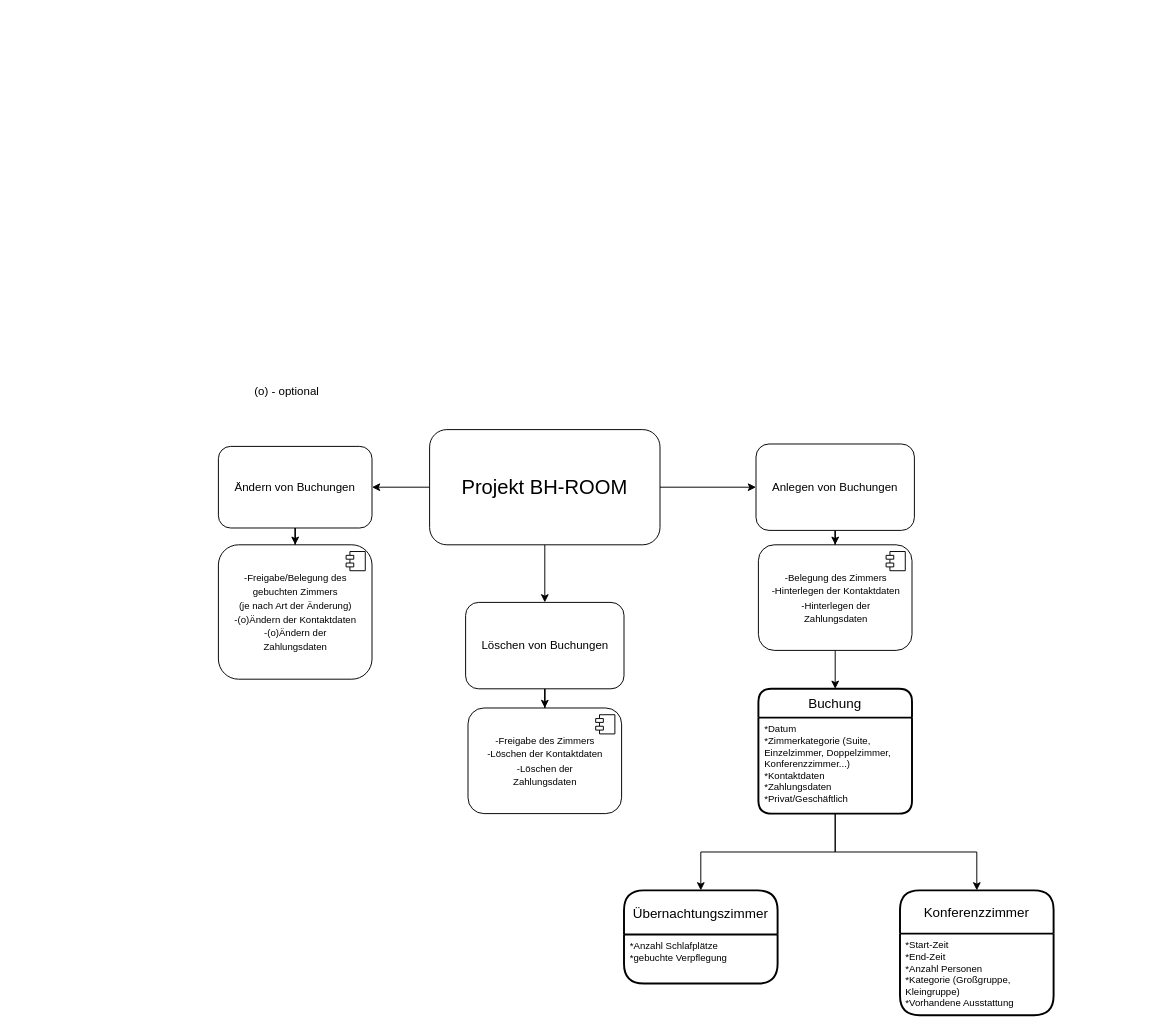
This is Projektübersicht.drawio from fh-erfurt/Businesshotel-Roommanager, a draw.io file, before an edit. Source tidied: cells renumbered, new cells numbered last; positions are measured from the earlier drawing's top-left corner, leaving out a move shared by most shapes. Both pictures are drawn from the tidied source at 96%, with x=0, y=0 at pixel (218, 381).
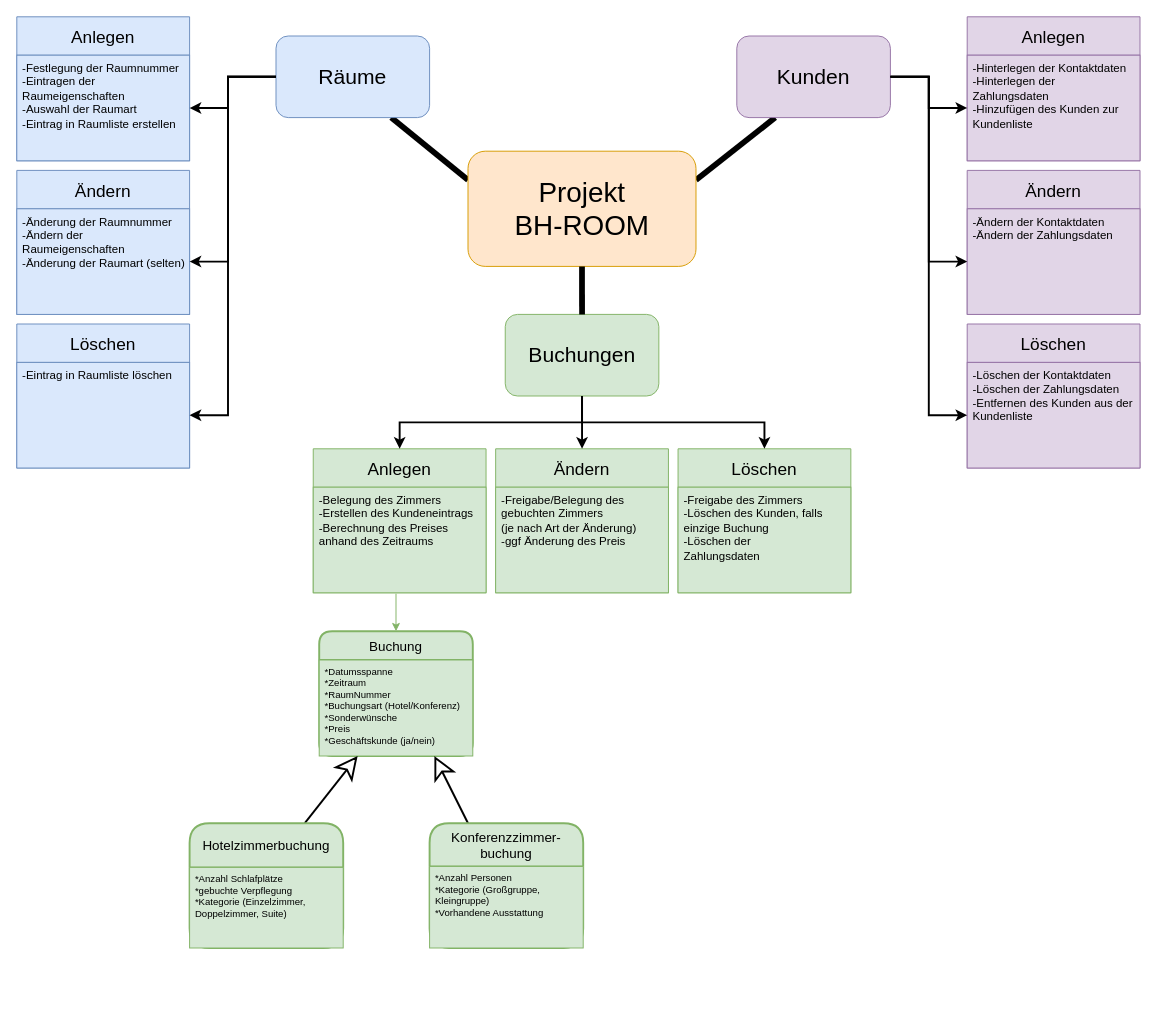
After the change.

Commit message (it also covers changes not shown here):
employee leicht überarbeitet, projektübersicht aktualisiert

The edit, as a diff of the source:
```diff
@@
-    <mxCell id="2" style="edgeStyle=orthogonalEdgeStyle;rounded=0;jettySize=auto;html=1;" parent="1" edge="1" source="5" target="7">
-      <mxGeometry relative="1" as="geometry" />
-    </mxCell>
-    <mxCell id="3" style="edgeStyle=orthogonalEdgeStyle;rounded=0;jettySize=auto;html=1;" parent="1" edge="1" source="5" target="9">
-      <mxGeometry relative="1" as="geometry" />
-    </mxCell>
-    <mxCell id="4" style="edgeStyle=orthogonalEdgeStyle;rounded=0;jettySize=auto;html=1;" parent="1" edge="1" source="5" target="11">
-      <mxGeometry relative="1" as="geometry" />
-    </mxCell>
-    <mxCell id="5" value="&lt;font style=&quot;font-size: 21px&quot;&gt;Projekt BH-ROOM&lt;/font&gt;" style="rounded=1;whiteSpace=wrap;html=1;" parent="1" vertex="1">
-      <mxGeometry x="220" y="50" width="240" height="120" as="geometry" />
-    </mxCell>
-    <mxCell id="6" style="edgeStyle=orthogonalEdgeStyle;rounded=0;jettySize=auto;html=1;" parent="1" edge="1" source="7" target="17">
-      <mxGeometry relative="1" as="geometry" />
-    </mxCell>
-    <mxCell id="7" value="Ändern von Buchungen" style="whiteSpace=wrap;html=1;rounded=1;" parent="1" vertex="1">
-      <mxGeometry y="67.5" width="160" height="85" as="geometry" />
-    </mxCell>
-    <mxCell id="8" style="edgeStyle=orthogonalEdgeStyle;rounded=0;jettySize=auto;html=1;entryX=0.5;entryY=0;entryDx=0;entryDy=0;" parent="1" edge="1" source="9" target="13">
-      <mxGeometry relative="1" as="geometry" />
-    </mxCell>
-    <mxCell id="9" value="Anlegen von Buchungen" style="whiteSpace=wrap;html=1;rounded=1;" parent="1" vertex="1">
-      <mxGeometry x="560" y="65" width="165" height="90" as="geometry" />
-    </mxCell>
-    <mxCell id="10" style="edgeStyle=orthogonalEdgeStyle;rounded=0;jettySize=auto;html=1;" parent="1" edge="1" source="11" target="15">
-      <mxGeometry relative="1" as="geometry" />
-    </mxCell>
-    <mxCell id="11" value="Löschen von Buchungen" style="whiteSpace=wrap;html=1;rounded=1;" parent="1" vertex="1">
-      <mxGeometry x="257.5" y="230" width="165" height="90" as="geometry" />
-    </mxCell>
-    <mxCell id="12" style="edgeStyle=orthogonalEdgeStyle;rounded=0;jettySize=auto;html=1;fontSize=10;entryX=0.5;entryY=0;entryDx=0;entryDy=0;" parent="1" edge="1" source="13" target="22">
-      <mxGeometry relative="1" as="geometry" />
-    </mxCell>
-    <mxCell id="13" value="&lt;font style=&quot;font-size: 10px&quot;&gt;-Belegung des Zimmers&lt;br&gt;-Hinterlegen der Kontaktdaten&lt;br&gt;-Hinterlegen der &lt;br&gt;Zahlungsdaten&lt;/font&gt;" style="html=1;rounded=1;" parent="1" vertex="1">
-      <mxGeometry x="562.5" y="170" width="160" height="110" as="geometry" />
-    </mxCell>
-    <mxCell id="14" style="shape=module;jettyWidth=8;jettyHeight=4;" parent="13" vertex="1">
-      <mxGeometry x="1" width="20" height="20" relative="1" as="geometry">
-        <mxPoint x="-27" y="7" as="offset" />
-      </mxGeometry>
-    </mxCell>
-    <mxCell id="15" value="&lt;font style=&quot;font-size: 10px&quot;&gt;-Freigabe des Zimmers&lt;br&gt;-Löschen der Kontaktdaten&lt;br&gt;-Löschen der &lt;br&gt;Zahlungsdaten&lt;/font&gt;" style="html=1;rounded=1;" parent="1" vertex="1">
-      <mxGeometry x="260" y="340" width="160" height="110" as="geometry" />
-    </mxCell>
-    <mxCell id="16" style="shape=module;jettyWidth=8;jettyHeight=4;" parent="15" vertex="1">
-      <mxGeometry x="1" width="20" height="20" relative="1" as="geometry">
-        <mxPoint x="-27" y="7" as="offset" />
-      </mxGeometry>
-    </mxCell>
-    <mxCell id="17" value="&lt;font style=&quot;font-size: 10px&quot;&gt;-Freigabe/Belegung des &lt;br&gt;gebuchten Zimmers&lt;br&gt;(je nach Art der Änderung)&lt;br&gt;-(o)Ändern der Kontaktdaten&lt;br&gt;-(o)Ändern der &lt;br&gt;Zahlungsdaten&lt;/font&gt;" style="html=1;rounded=1;" parent="1" vertex="1">
-      <mxGeometry y="170" width="160" height="140" as="geometry" />
-    </mxCell>
-    <mxCell id="18" style="shape=module;jettyWidth=8;jettyHeight=4;" parent="17" vertex="1">
-      <mxGeometry x="1" width="20" height="20" relative="1" as="geometry">
-        <mxPoint x="-27" y="7" as="offset" />
-      </mxGeometry>
-    </mxCell>
-    <mxCell id="19" value="(o) - optional" style="text;html=1;strokeColor=none;fillColor=none;align=center;verticalAlign=middle;whiteSpace=wrap;rounded=0;" parent="1" vertex="1">
-      <mxGeometry x="20" width="102.5" height="20" as="geometry" />
-    </mxCell>
-    <mxCell id="20" style="edgeStyle=orthogonalEdgeStyle;rounded=0;jettySize=auto;html=1;fontSize=10;" parent="1" edge="1" source="22" target="24">
-      <mxGeometry relative="1" as="geometry" />
-    </mxCell>
-    <mxCell id="21" style="edgeStyle=orthogonalEdgeStyle;rounded=0;jettySize=auto;html=1;fontSize=10;" parent="1" edge="1" source="22" target="26">
-      <mxGeometry relative="1" as="geometry" />
-    </mxCell>
+    <mxCell id="28" style="endArrow=none;html=1;strokeWidth=6;fontSize=18;exitX=0.75;exitY=1;exitDx=0;exitDy=0;entryX=0;entryY=0.25;entryDx=0;entryDy=0;" parent="1" edge="1" source="34" target="5">
+      <mxGeometry relative="1" as="geometry" />
+    </mxCell>
+    <mxCell id="29" style="endArrow=none;html=1;strokeWidth=6;fontSize=18;exitX=0.25;exitY=1;exitDx=0;exitDy=0;entryX=1;entryY=0.25;entryDx=0;entryDy=0;" parent="1" edge="1" source="32" target="5">
+      <mxGeometry relative="1" as="geometry" />
+    </mxCell>
-    <mxCell id="22" value="Buchung" style="swimlane;horizontal=1;startSize=30;rounded=1;fontSize=14;fontStyle=0;strokeWidth=2;shadow=0;dashed=0;align=center;" parent="1" vertex="1">
-      <mxGeometry x="562.5" y="320" width="160" height="130" as="geometry" />
+    <mxCell id="22" value="Buchung" style="swimlane;horizontal=1;startSize=30;rounded=1;fontSize=14;fontStyle=0;strokeWidth=2;shadow=0;dashed=0;align=center;fillColor=#d5e8d4;strokeColor=#82b366;" parent="1" vertex="1">
+      <mxGeometry x="105" y="260" width="160" height="130" as="geometry" />
     </mxCell>
-    <mxCell id="23" value="*Datum&#10;*Zimmerkategorie (Suite, Einzelzimmer, Doppelzimmer, Konferenzzimmer...)&#10;*Kontaktdaten&#10;*Zahlungsdaten&#10;*Privat/Geschäftlich&#10;" style="align=left;strokeColor=none;fillColor=none;spacingLeft=4;fontSize=10;verticalAlign=top;whiteSpace=wrap;" parent="22" vertex="1">
+    <mxCell id="23" value="*Datumsspanne&#10;*Zeitraum&#10;*RaumNummer&#10;*Buchungsart (Hotel/Konferenz)&#10;*Sonderwünsche&#10;*Preis&#10;*Geschäftskunde (ja/nein)&#10;" style="align=left;strokeColor=#82b366;fillColor=#d5e8d4;spacingLeft=4;fontSize=10;verticalAlign=top;whiteSpace=wrap;" parent="22" vertex="1">
       <mxGeometry y="30" width="160" height="100" as="geometry" />
     </mxCell>
+    <mxCell id="30" style="rounded=0;jettySize=auto;html=1;exitX=0.75;exitY=0;exitDx=0;exitDy=0;entryX=0.25;entryY=1;entryDx=0;entryDy=0;fontSize=18;endArrow=classic;endFill=0;strokeWidth=2;startSize=4;endSize=19;fillColor=#d5e8d4;" parent="1" edge="1" source="24" target="23">
+      <mxGeometry relative="1" as="geometry" />
+    </mxCell>
-    <mxCell id="24" value="Übernachtungszimmer" style="swimlane;horizontal=1;startSize=46;rounded=1;fontSize=14;fontStyle=0;strokeWidth=2;shadow=0;dashed=0;align=center;" parent="1" vertex="1">
-      <mxGeometry x="422.5" y="530" width="160" height="97" as="geometry" />
+    <mxCell id="24" value="Hotelzimmerbuchung" style="swimlane;horizontal=1;startSize=46;rounded=1;fontSize=14;fontStyle=0;strokeWidth=2;shadow=0;dashed=0;align=center;whiteSpace=wrap;fillColor=#d5e8d4;strokeColor=#82b366;" parent="1" vertex="1">
+      <mxGeometry x="-30" y="460" width="160" height="130" as="geometry" />
     </mxCell>
-    <mxCell id="25" value="*Anzahl Schlafplätze&#10;*gebuchte Verpflegung&#10;" style="align=left;strokeColor=none;fillColor=none;spacingLeft=4;fontSize=10;verticalAlign=top;whiteSpace=wrap;" parent="24" vertex="1">
-      <mxGeometry y="46" width="160" height="51" as="geometry" />
+    <mxCell id="25" value="*Anzahl Schlafplätze&#10;*gebuchte Verpflegung&#10;*Kategorie (Einzelzimmer, Doppelzimmer, Suite)&#10;" style="align=left;strokeColor=#82b366;fillColor=#d5e8d4;spacingLeft=4;fontSize=10;verticalAlign=top;whiteSpace=wrap;" parent="24" vertex="1">
+      <mxGeometry y="46" width="160" height="84" as="geometry" />
     </mxCell>
+    <mxCell id="31" style="rounded=0;jettySize=auto;html=1;exitX=0.25;exitY=0;exitDx=0;exitDy=0;fontSize=18;entryX=0.75;entryY=1;entryDx=0;entryDy=0;endArrow=classic;endFill=0;strokeWidth=2;startSize=4;endSize=19;fillColor=#d5e8d4;" parent="1" edge="1" source="26" target="23">
+      <mxGeometry relative="1" as="geometry" />
+    </mxCell>
-    <mxCell id="26" value="Konferenzzimmer" style="swimlane;horizontal=1;startSize=45;rounded=1;fontSize=14;fontStyle=0;strokeWidth=2;shadow=0;dashed=0;align=center;" parent="1" vertex="1">
-      <mxGeometry x="710" y="530" width="160" height="130" as="geometry" />
+    <mxCell id="26" value="Konferenzzimmer-buchung" style="swimlane;horizontal=1;startSize=45;rounded=1;fontSize=14;fontStyle=0;strokeWidth=2;shadow=0;dashed=0;align=center;whiteSpace=wrap;fillColor=#d5e8d4;strokeColor=#82b366;" parent="1" vertex="1">
+      <mxGeometry x="220" y="460" width="160" height="130" as="geometry" />
     </mxCell>
-    <mxCell id="27" value="*Start-Zeit&#10;*End-Zeit&#10;*Anzahl Personen&#10;*Kategorie (Großgruppe, Kleingruppe)&#10;*Vorhandene Ausstattung" style="align=left;strokeColor=none;fillColor=none;spacingLeft=4;fontSize=10;verticalAlign=top;whiteSpace=wrap;" parent="26" vertex="1">
+    <mxCell id="27" value="*Anzahl Personen&#10;*Kategorie (Großgruppe, Kleingruppe)&#10;*Vorhandene Ausstattung" style="align=left;strokeColor=#82b366;fillColor=#d5e8d4;spacingLeft=4;fontSize=10;verticalAlign=top;whiteSpace=wrap;" parent="26" vertex="1">
       <mxGeometry y="45" width="160" height="85" as="geometry" />
     </mxCell>
+    <mxCell id="32" value="Kunden" style="whiteSpace=wrap;html=1;rounded=1;fontSize=22;fillColor=#e1d5e7;strokeColor=#9673a6;" parent="1" vertex="1">
+      <mxGeometry x="540" y="-360" width="160" height="85" as="geometry" />
+    </mxCell>
+    <mxCell id="33" value="&lt;font style=&quot;font-size: 22px&quot;&gt;Buchungen&lt;/font&gt;" style="whiteSpace=wrap;html=1;rounded=1;fillColor=#d5e8d4;strokeColor=#82b366;" parent="1" vertex="1">
+      <mxGeometry x="298.8" y="-70" width="160" height="85" as="geometry" />
+    </mxCell>
+    <mxCell id="34" value="Räume" style="whiteSpace=wrap;html=1;rounded=1;fontSize=22;fillColor=#dae8fc;strokeColor=#6c8ebf;" parent="1" vertex="1">
+      <mxGeometry x="60" y="-360" width="160" height="85" as="geometry" />
+    </mxCell>
+    <mxCell id="5" value="&lt;font style=&quot;font-size: 29px&quot;&gt;Projekt&lt;br&gt;BH-ROOM&lt;/font&gt;" style="rounded=1;whiteSpace=wrap;html=1;fillColor=#ffe6cc;strokeColor=#d79b00;" parent="1" vertex="1">
+      <mxGeometry x="260" y="-240" width="237.5" height="120" as="geometry" />
+    </mxCell>
+    <mxCell id="35" value="Anlegen" style="swimlane;fontStyle=0;horizontal=1;startSize=40;align=center;fontSize=18;rounded=0;fillColor=#d5e8d4;strokeColor=#82b366;" parent="1" vertex="1">
+      <mxGeometry x="98.8" y="70" width="180" height="150" as="geometry" />
+    </mxCell>
+    <mxCell id="36" value="-Belegung des Zimmers&#10;-Erstellen des Kundeneintrags&#10;-Berechnung des Preises anhand des Zeitraums" style="text;strokeColor=#82b366;fillColor=#d5e8d4;spacingLeft=4;spacingRight=4;overflow=hidden;fontSize=12;whiteSpace=wrap;rounded=0;" parent="35" vertex="1">
+      <mxGeometry y="40" width="180" height="110" as="geometry" />
+    </mxCell>
+    <mxCell id="37" value="Ändern" style="swimlane;fontStyle=0;horizontal=1;startSize=40;align=center;fontSize=18;rounded=0;fillColor=#d5e8d4;strokeColor=#82b366;" parent="1" vertex="1">
+      <mxGeometry x="288.8" y="70" width="180" height="150" as="geometry" />
+    </mxCell>
+    <mxCell id="38" value="-Freigabe/Belegung des &#10;gebuchten Zimmers&#10;(je nach Art der Änderung)&#10;-ggf Änderung des Preis" style="text;strokeColor=#82b366;fillColor=#d5e8d4;spacingLeft=4;spacingRight=4;overflow=hidden;fontSize=12;whiteSpace=wrap;rounded=0;" parent="37" vertex="1">
+      <mxGeometry y="40" width="180" height="110" as="geometry" />
+    </mxCell>
+    <mxCell id="39" value="Löschen" style="swimlane;fontStyle=0;horizontal=1;startSize=40;align=center;fontSize=18;rounded=0;fillColor=#d5e8d4;strokeColor=#82b366;" parent="1" vertex="1">
+      <mxGeometry x="478.8" y="70" width="180" height="150" as="geometry" />
+    </mxCell>
+    <mxCell id="40" value="-Freigabe des Zimmers&#10;-Löschen des Kunden, falls einzige Buchung&#10;-Löschen der &#10;Zahlungsdaten" style="text;strokeColor=#82b366;fillColor=#d5e8d4;spacingLeft=4;spacingRight=4;overflow=hidden;fontSize=12;whiteSpace=wrap;rounded=0;" parent="39" vertex="1">
+      <mxGeometry y="40" width="180" height="110" as="geometry" />
+    </mxCell>
+    <mxCell id="41" value="Anlegen" style="swimlane;fontStyle=0;horizontal=1;startSize=40;align=center;fontSize=18;rounded=0;fillColor=#e1d5e7;strokeColor=#9673a6;" parent="1" vertex="1">
+      <mxGeometry x="780" y="-380" width="180" height="150" as="geometry" />
+    </mxCell>
+    <mxCell id="42" value="-Hinterlegen der Kontaktdaten&#10;-Hinterlegen der &#10;Zahlungsdaten&#10;-Hinzufügen des Kunden zur Kundenliste" style="text;strokeColor=#9673a6;fillColor=#e1d5e7;spacingLeft=4;spacingRight=4;overflow=hidden;points=[[0,0.5],[1,0.5]];portConstraint=eastwest;fontSize=12;whiteSpace=wrap;rounded=0;" parent="41" vertex="1">
+      <mxGeometry y="40" width="180" height="110" as="geometry" />
+    </mxCell>
+    <mxCell id="43" value="Ändern" style="swimlane;fontStyle=0;horizontal=1;startSize=40;align=center;fontSize=18;rounded=0;fillColor=#e1d5e7;strokeColor=#9673a6;" parent="1" vertex="1">
+      <mxGeometry x="780" y="-220" width="180" height="150" as="geometry" />
+    </mxCell>
+    <mxCell id="44" value="-Ändern der Kontaktdaten&#10;-Ändern der Zahlungsdaten" style="text;strokeColor=#9673a6;fillColor=#e1d5e7;spacingLeft=4;spacingRight=4;overflow=hidden;points=[[0,0.5],[1,0.5]];portConstraint=eastwest;fontSize=12;whiteSpace=wrap;rounded=0;" parent="43" vertex="1">
+      <mxGeometry y="40" width="180" height="110" as="geometry" />
+    </mxCell>
+    <mxCell id="45" value="Löschen" style="swimlane;fontStyle=0;horizontal=1;startSize=40;align=center;fontSize=18;rounded=0;fillColor=#e1d5e7;strokeColor=#9673a6;" parent="1" vertex="1">
+      <mxGeometry x="780" y="-60" width="180" height="150" as="geometry" />
+    </mxCell>
+    <mxCell id="46" value="-Löschen der Kontaktdaten&#10;-Löschen der Zahlungsdaten&#10;-Entfernen des Kunden aus der Kundenliste" style="text;strokeColor=#9673a6;fillColor=#e1d5e7;spacingLeft=4;spacingRight=4;overflow=hidden;points=[[0,0.5],[1,0.5]];portConstraint=eastwest;fontSize=12;whiteSpace=wrap;rounded=0;" parent="45" vertex="1">
+      <mxGeometry y="40" width="180" height="110" as="geometry" />
+    </mxCell>
+    <mxCell id="47" style="endArrow=classic;html=1;fontSize=18;entryX=0.5;entryY=0;entryDx=0;entryDy=0;fillColor=#d5e8d4;strokeColor=#82b366;" parent="1" edge="1" target="22">
+      <mxGeometry relative="1" as="geometry">
+        <mxPoint x="185" y="221" as="sourcePoint" />
+      </mxGeometry>
+    </mxCell>
+    <mxCell id="48" style="endArrow=classic;html=1;strokeWidth=2;fontSize=18;exitX=0.5;exitY=1;exitDx=0;exitDy=0;entryX=0.5;entryY=0;entryDx=0;entryDy=0;" parent="1" edge="1" source="33" target="37">
+      <mxGeometry relative="1" as="geometry" />
+    </mxCell>
+    <mxCell id="49" style="endArrow=classic;html=1;strokeWidth=2;fontSize=18;exitX=0.5;exitY=1;exitDx=0;exitDy=0;entryX=0.5;entryY=0;entryDx=0;entryDy=0;edgeStyle=orthogonalEdgeStyle;rounded=0;" parent="1" edge="1" source="33" target="35">
+      <mxGeometry relative="1" as="geometry" />
+    </mxCell>
+    <mxCell id="50" style="endArrow=classic;html=1;strokeWidth=2;fontSize=18;exitX=0.5;exitY=1;exitDx=0;exitDy=0;entryX=0.5;entryY=0;entryDx=0;entryDy=0;rounded=0;edgeStyle=orthogonalEdgeStyle;" parent="1" edge="1" source="33" target="39">
+      <mxGeometry relative="1" as="geometry" />
+    </mxCell>
+    <mxCell id="51" style="endArrow=none;html=1;strokeWidth=6;fontSize=18;exitX=0.5;exitY=1;exitDx=0;exitDy=0;entryX=0.5;entryY=0;entryDx=0;entryDy=0;" parent="1" edge="1" source="5" target="33">
+      <mxGeometry relative="1" as="geometry" />
+    </mxCell>
+    <mxCell id="52" style="endArrow=classic;html=1;strokeWidth=2;fontSize=18;rounded=0;edgeStyle=orthogonalEdgeStyle;exitX=1;exitY=0.5;exitDx=0;exitDy=0;entryX=0;entryY=0.5;entryDx=0;entryDy=0;" parent="1" edge="1" source="32" target="42">
+      <mxGeometry relative="1" as="geometry" />
+    </mxCell>
+    <mxCell id="53" style="endArrow=classic;html=1;strokeWidth=2;fontSize=18;rounded=0;edgeStyle=orthogonalEdgeStyle;exitX=1;exitY=0.5;exitDx=0;exitDy=0;entryX=0;entryY=0.5;entryDx=0;entryDy=0;" parent="1" edge="1" source="32" target="44">
+      <mxGeometry relative="1" as="geometry" />
+    </mxCell>
+    <mxCell id="54" style="endArrow=classic;html=1;strokeWidth=2;fontSize=18;rounded=0;edgeStyle=orthogonalEdgeStyle;exitX=1;exitY=0.5;exitDx=0;exitDy=0;entryX=0;entryY=0.5;entryDx=0;entryDy=0;" parent="1" edge="1" source="32" target="46">
+      <mxGeometry relative="1" as="geometry" />
+    </mxCell>
+    <mxCell id="55" value="Anlegen" style="swimlane;fontStyle=0;horizontal=1;startSize=40;align=center;fontSize=18;rounded=0;fillColor=#dae8fc;strokeColor=#6c8ebf;" parent="1" vertex="1">
+      <mxGeometry x="-210" y="-380" width="180" height="150" as="geometry" />
+    </mxCell>
+    <mxCell id="56" value="-Festlegung der Raumnummer&#10;-Eintragen der Raumeigenschaften&#10;-Auswahl der Raumart&#10;-Eintrag in Raumliste erstellen&#10;" style="text;strokeColor=#6c8ebf;fillColor=#dae8fc;spacingLeft=4;spacingRight=4;overflow=hidden;points=[[0,0.5],[1,0.5]];portConstraint=eastwest;fontSize=12;whiteSpace=wrap;rounded=0;" parent="55" vertex="1">
+      <mxGeometry y="40" width="180" height="110" as="geometry" />
+    </mxCell>
+    <mxCell id="57" value="Ändern" style="swimlane;fontStyle=0;horizontal=1;startSize=40;align=center;fontSize=18;rounded=0;fillColor=#dae8fc;strokeColor=#6c8ebf;" parent="1" vertex="1">
+      <mxGeometry x="-210" y="-220" width="180" height="150" as="geometry" />
+    </mxCell>
+    <mxCell id="58" value="-Änderung der Raumnummer&#10;-Ändern der Raumeigenschaften&#10;-Änderung der Raumart (selten)&#10;" style="text;strokeColor=#6c8ebf;fillColor=#dae8fc;spacingLeft=4;spacingRight=4;overflow=hidden;points=[[0,0.5],[1,0.5]];portConstraint=eastwest;fontSize=12;whiteSpace=wrap;rounded=0;" parent="57" vertex="1">
+      <mxGeometry y="40" width="180" height="110" as="geometry" />
+    </mxCell>
+    <mxCell id="59" value="Löschen" style="swimlane;fontStyle=0;horizontal=1;startSize=40;align=center;fontSize=18;rounded=0;fillColor=#dae8fc;strokeColor=#6c8ebf;" parent="1" vertex="1">
+      <mxGeometry x="-210" y="-60" width="180" height="150" as="geometry" />
+    </mxCell>
+    <mxCell id="60" value="-Eintrag in Raumliste löschen&#10;" style="text;strokeColor=#6c8ebf;fillColor=#dae8fc;spacingLeft=4;spacingRight=4;overflow=hidden;points=[[0,0.5],[1,0.5]];portConstraint=eastwest;fontSize=12;whiteSpace=wrap;rounded=0;" parent="59" vertex="1">
+      <mxGeometry y="40" width="180" height="110" as="geometry" />
+    </mxCell>
+    <mxCell id="61" style="endArrow=classic;html=1;strokeWidth=2;fontSize=18;rounded=0;edgeStyle=orthogonalEdgeStyle;exitX=0;exitY=0.5;exitDx=0;exitDy=0;entryX=1;entryY=0.5;entryDx=0;entryDy=0;" parent="1" edge="1" source="34" target="56">
+      <mxGeometry relative="1" as="geometry">
+        <Array as="points">
+          <mxPoint x="10" y="-317" />
+          <mxPoint x="10" y="-285" />
+        </Array>
+      </mxGeometry>
+    </mxCell>
+    <mxCell id="62" style="endArrow=classic;html=1;strokeWidth=2;fontSize=18;rounded=0;edgeStyle=orthogonalEdgeStyle;exitX=0;exitY=0.5;exitDx=0;exitDy=0;entryX=1;entryY=0.5;entryDx=0;entryDy=0;" parent="1" edge="1" source="34" target="60">
+      <mxGeometry relative="1" as="geometry">
+        <Array as="points">
+          <mxPoint x="10" y="-317" />
+          <mxPoint x="10" y="35" />
+        </Array>
+      </mxGeometry>
+    </mxCell>
+    <mxCell id="63" style="endArrow=classic;html=1;strokeWidth=2;fontSize=18;exitX=0;exitY=0.5;exitDx=0;exitDy=0;entryX=1;entryY=0.5;entryDx=0;entryDy=0;edgeStyle=orthogonalEdgeStyle;rounded=0;" parent="1" edge="1" source="34" target="58">
+      <mxGeometry relative="1" as="geometry">
+        <Array as="points">
+          <mxPoint x="10" y="-317" />
+          <mxPoint x="10" y="-125" />
+        </Array>
+      </mxGeometry>
+    </mxCell>
```
